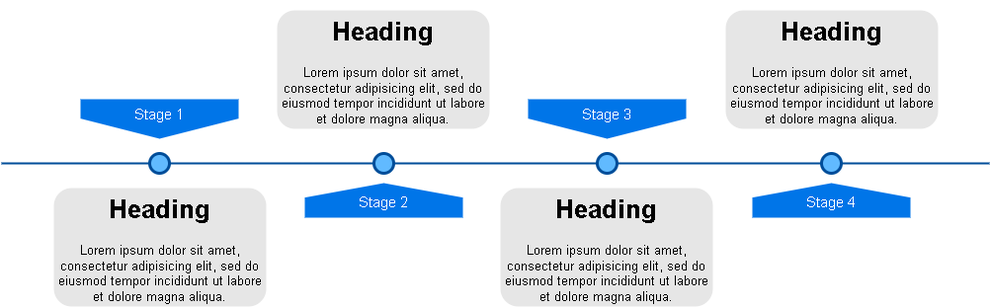
xktder/draw keeps this draw.io diagram as CgoPro业务总线.drawio.png. Above is the earlier version. Source tidied: cells renumbered, new cells last; positions are measured from the earlier drawing's top-left corner, leaving out a move shared by most shapes. The source it was exported from:
```xml
<mxGraphModel>
  <root>
    <mxCell id="0" />
    <mxCell id="1" parent="0" />
    <mxCell id="2" style="line;strokeWidth=2;html=1;fillColor=none;fontSize=28;fontColor=#004D99;strokeColor=#004D99;" parent="1" vertex="1">
      <mxGeometry y="150" width="1000" height="10" as="geometry" />
    </mxCell>
    <mxCell id="3" value="Stage 1" style="shape=offPageConnector;whiteSpace=wrap;html=1;fillColor=#0075E8;fontSize=15;fontColor=#FFFFFF;size=0.5093750000000015;verticalAlign=top;strokeColor=none;" parent="1" vertex="1">
      <mxGeometry x="80" y="90" width="160" height="40" as="geometry" />
    </mxCell>
    <mxCell id="4" value="&lt;span&gt;Stage 3&lt;/span&gt;" style="shape=offPageConnector;whiteSpace=wrap;html=1;fillColor=#0075E8;fontSize=15;fontColor=#FFFFFF;size=0.5093750000000015;verticalAlign=top;strokeColor=none;" parent="1" vertex="1">
      <mxGeometry x="533" y="90" width="160" height="40" as="geometry" />
    </mxCell>
    <mxCell id="5" value="&lt;span&gt;Stage 2&lt;/span&gt;" style="shape=offPageConnector;whiteSpace=wrap;html=1;fillColor=#0075E8;fontSize=15;fontColor=#FFFFFF;size=0.4178571428571445;flipV=1;verticalAlign=bottom;strokeColor=none;spacingBottom=4;" parent="1" vertex="1">
      <mxGeometry x="307" y="175" width="160" height="35" as="geometry" />
    </mxCell>
    <mxCell id="6" value="&lt;span&gt;Stage 4&lt;/span&gt;" style="shape=offPageConnector;whiteSpace=wrap;html=1;fillColor=#0075E8;fontSize=15;fontColor=#FFFFFF;size=0.4178571428571445;flipV=1;verticalAlign=bottom;strokeColor=none;spacingBottom=4;" parent="1" vertex="1">
      <mxGeometry x="760" y="175" width="160" height="35" as="geometry" />
    </mxCell>
    <mxCell id="7" style="ellipse;whiteSpace=wrap;html=1;fillColor=#61BAFF;fontSize=28;fontColor=#004D99;strokeWidth=3;strokeColor=#004D99;" parent="1" vertex="1">
      <mxGeometry x="150" y="145" width="20" height="20" as="geometry" />
    </mxCell>
    <mxCell id="8" style="ellipse;whiteSpace=wrap;html=1;fillColor=#61BAFF;fontSize=28;fontColor=#004D99;strokeWidth=3;strokeColor=#004D99;" parent="1" vertex="1">
      <mxGeometry x="377" y="145" width="20" height="20" as="geometry" />
    </mxCell>
    <mxCell id="9" style="ellipse;whiteSpace=wrap;html=1;fillColor=#61BAFF;fontSize=28;fontColor=#004D99;strokeWidth=3;strokeColor=#004D99;" parent="1" vertex="1">
      <mxGeometry x="603" y="145" width="20" height="20" as="geometry" />
    </mxCell>
    <mxCell id="10" style="ellipse;whiteSpace=wrap;html=1;fillColor=#61BAFF;fontSize=28;fontColor=#004D99;strokeWidth=3;strokeColor=#004D99;" parent="1" vertex="1">
      <mxGeometry x="830" y="145" width="20" height="20" as="geometry" />
    </mxCell>
    <mxCell id="11" value="&lt;h1&gt;Heading&lt;/h1&gt;&lt;p&gt;Lorem ipsum dolor sit amet, consectetur adipisicing elit, sed do eiusmod tempor incididunt ut labore et dolore magna aliqua.&lt;/p&gt;" style="text;html=1;spacing=5;spacingTop=-20;whiteSpace=wrap;overflow=hidden;strokeColor=none;strokeWidth=3;fillColor=#E6E6E6;fontSize=13;fontColor=#000000;align=center;rounded=1;" parent="1" vertex="1">
      <mxGeometry x="53" y="180" width="215" height="120" as="geometry" />
    </mxCell>
    <mxCell id="12" value="&lt;h1&gt;Heading&lt;/h1&gt;&lt;p&gt;Lorem ipsum dolor sit amet, consectetur adipisicing elit, sed do eiusmod tempor incididunt ut labore et dolore magna aliqua.&lt;/p&gt;" style="text;html=1;spacing=5;spacingTop=-20;whiteSpace=wrap;overflow=hidden;strokeColor=none;strokeWidth=3;fillColor=#E6E6E6;fontSize=13;fontColor=#000000;align=center;rounded=1;" parent="1" vertex="1">
      <mxGeometry x="279" width="215" height="120" as="geometry" />
    </mxCell>
    <mxCell id="13" value="&lt;h1&gt;Heading&lt;/h1&gt;&lt;p&gt;Lorem ipsum dolor sit amet, consectetur adipisicing elit, sed do eiusmod tempor incididunt ut labore et dolore magna aliqua.&lt;/p&gt;" style="text;html=1;spacing=5;spacingTop=-20;whiteSpace=wrap;overflow=hidden;strokeColor=none;strokeWidth=3;fillColor=#E6E6E6;fontSize=13;fontColor=#000000;align=center;rounded=1;" parent="1" vertex="1">
      <mxGeometry x="505" y="180" width="215" height="120" as="geometry" />
    </mxCell>
    <mxCell id="14" value="&lt;h1&gt;Heading&lt;/h1&gt;&lt;p&gt;Lorem ipsum dolor sit amet, consectetur adipisicing elit, sed do eiusmod tempor incididunt ut labore et dolore magna aliqua.&lt;/p&gt;" style="text;html=1;spacing=5;spacingTop=-20;whiteSpace=wrap;overflow=hidden;strokeColor=none;strokeWidth=3;fillColor=#E6E6E6;fontSize=13;fontColor=#000000;align=center;rounded=1;" parent="1" vertex="1">
      <mxGeometry x="733" width="215" height="120" as="geometry" />
    </mxCell>
  </root>
</mxGraphModel>
```
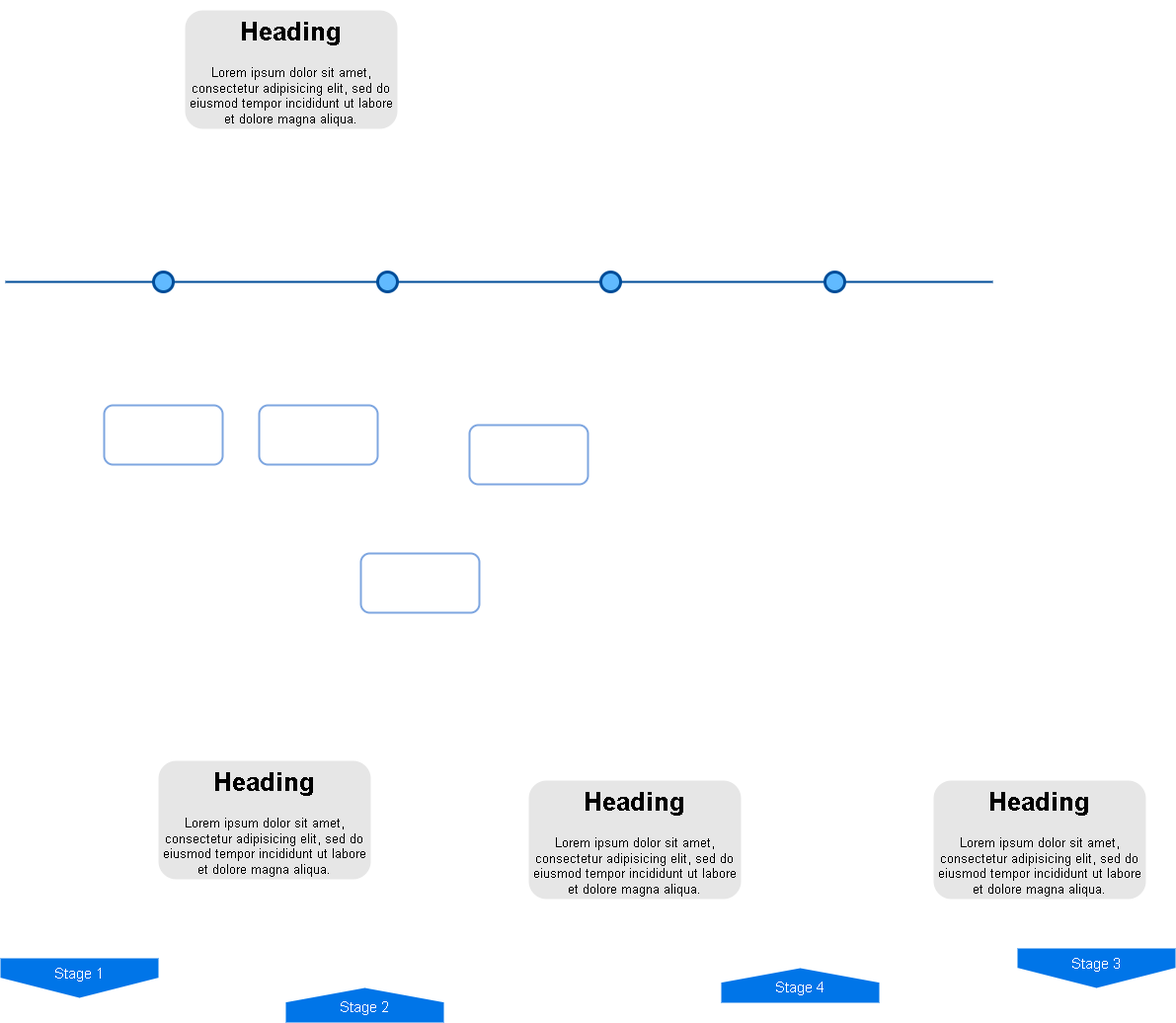
Later version of the same file.

Commit message:
更新CgoPro业务总线.drawio.png

Change to the diagram source:
```diff
@@ -6,16 +6,16 @@
       <mxGeometry y="150" width="1000" height="10" as="geometry" />
     </mxCell>
     <mxCell id="3" value="Stage 1" style="shape=offPageConnector;whiteSpace=wrap;html=1;fillColor=#0075E8;fontSize=15;fontColor=#FFFFFF;size=0.5093750000000015;verticalAlign=top;strokeColor=none;" parent="1" vertex="1">
-      <mxGeometry x="80" y="90" width="160" height="40" as="geometry" />
+      <mxGeometry x="-5" y="840" width="160" height="40" as="geometry" />
     </mxCell>
     <mxCell id="4" value="&lt;span&gt;Stage 3&lt;/span&gt;" style="shape=offPageConnector;whiteSpace=wrap;html=1;fillColor=#0075E8;fontSize=15;fontColor=#FFFFFF;size=0.5093750000000015;verticalAlign=top;strokeColor=none;" parent="1" vertex="1">
-      <mxGeometry x="533" y="90" width="160" height="40" as="geometry" />
+      <mxGeometry x="1025" y="830" width="160" height="40" as="geometry" />
     </mxCell>
     <mxCell id="5" value="&lt;span&gt;Stage 2&lt;/span&gt;" style="shape=offPageConnector;whiteSpace=wrap;html=1;fillColor=#0075E8;fontSize=15;fontColor=#FFFFFF;size=0.4178571428571445;flipV=1;verticalAlign=bottom;strokeColor=none;spacingBottom=4;" parent="1" vertex="1">
-      <mxGeometry x="307" y="175" width="160" height="35" as="geometry" />
+      <mxGeometry x="284" y="870" width="160" height="35" as="geometry" />
     </mxCell>
     <mxCell id="6" value="&lt;span&gt;Stage 4&lt;/span&gt;" style="shape=offPageConnector;whiteSpace=wrap;html=1;fillColor=#0075E8;fontSize=15;fontColor=#FFFFFF;size=0.4178571428571445;flipV=1;verticalAlign=bottom;strokeColor=none;spacingBottom=4;" parent="1" vertex="1">
-      <mxGeometry x="760" y="175" width="160" height="35" as="geometry" />
+      <mxGeometry x="725" y="850" width="160" height="35" as="geometry" />
     </mxCell>
     <mxCell id="7" style="ellipse;whiteSpace=wrap;html=1;fillColor=#61BAFF;fontSize=28;fontColor=#004D99;strokeWidth=3;strokeColor=#004D99;" parent="1" vertex="1">
       <mxGeometry x="150" y="145" width="20" height="20" as="geometry" />
@@ -30,16 +30,28 @@
       <mxGeometry x="830" y="145" width="20" height="20" as="geometry" />
     </mxCell>
     <mxCell id="11" value="&lt;h1&gt;Heading&lt;/h1&gt;&lt;p&gt;Lorem ipsum dolor sit amet, consectetur adipisicing elit, sed do eiusmod tempor incididunt ut labore et dolore magna aliqua.&lt;/p&gt;" style="text;html=1;spacing=5;spacingTop=-20;whiteSpace=wrap;overflow=hidden;strokeColor=none;strokeWidth=3;fillColor=#E6E6E6;fontSize=13;fontColor=#000000;align=center;rounded=1;" parent="1" vertex="1">
-      <mxGeometry x="53" y="180" width="215" height="120" as="geometry" />
+      <mxGeometry x="155" y="640" width="215" height="120" as="geometry" />
     </mxCell>
     <mxCell id="12" value="&lt;h1&gt;Heading&lt;/h1&gt;&lt;p&gt;Lorem ipsum dolor sit amet, consectetur adipisicing elit, sed do eiusmod tempor incididunt ut labore et dolore magna aliqua.&lt;/p&gt;" style="text;html=1;spacing=5;spacingTop=-20;whiteSpace=wrap;overflow=hidden;strokeColor=none;strokeWidth=3;fillColor=#E6E6E6;fontSize=13;fontColor=#000000;align=center;rounded=1;" parent="1" vertex="1">
-      <mxGeometry x="279" width="215" height="120" as="geometry" />
+      <mxGeometry x="182" y="-120" width="215" height="120" as="geometry" />
     </mxCell>
     <mxCell id="13" value="&lt;h1&gt;Heading&lt;/h1&gt;&lt;p&gt;Lorem ipsum dolor sit amet, consectetur adipisicing elit, sed do eiusmod tempor incididunt ut labore et dolore magna aliqua.&lt;/p&gt;" style="text;html=1;spacing=5;spacingTop=-20;whiteSpace=wrap;overflow=hidden;strokeColor=none;strokeWidth=3;fillColor=#E6E6E6;fontSize=13;fontColor=#000000;align=center;rounded=1;" parent="1" vertex="1">
-      <mxGeometry x="505" y="180" width="215" height="120" as="geometry" />
+      <mxGeometry x="940" y="660" width="215" height="120" as="geometry" />
     </mxCell>
     <mxCell id="14" value="&lt;h1&gt;Heading&lt;/h1&gt;&lt;p&gt;Lorem ipsum dolor sit amet, consectetur adipisicing elit, sed do eiusmod tempor incididunt ut labore et dolore magna aliqua.&lt;/p&gt;" style="text;html=1;spacing=5;spacingTop=-20;whiteSpace=wrap;overflow=hidden;strokeColor=none;strokeWidth=3;fillColor=#E6E6E6;fontSize=13;fontColor=#000000;align=center;rounded=1;" parent="1" vertex="1">
-      <mxGeometry x="733" width="215" height="120" as="geometry" />
+      <mxGeometry x="530" y="660" width="215" height="120" as="geometry" />
     </mxCell>
+    <mxCell id="15" style="rounded=1;whiteSpace=wrap;html=1;strokeWidth=2;strokeColor=#7EA6E0;" parent="1" vertex="1">
+      <mxGeometry x="100" y="280" width="120" height="60" as="geometry" />
+    </mxCell>
+    <mxCell id="16" style="rounded=1;whiteSpace=wrap;html=1;strokeWidth=2;strokeColor=#7EA6E0;" parent="1" vertex="1">
+      <mxGeometry x="257" y="280" width="120" height="60" as="geometry" />
+    </mxCell>
+    <mxCell id="17" style="rounded=1;whiteSpace=wrap;html=1;strokeWidth=2;strokeColor=#7EA6E0;" parent="1" vertex="1">
+      <mxGeometry x="470" y="300" width="120" height="60" as="geometry" />
+    </mxCell>
+    <mxCell id="18" style="rounded=1;whiteSpace=wrap;html=1;strokeWidth=2;strokeColor=#7EA6E0;" parent="1" vertex="1">
+      <mxGeometry x="360" y="430" width="120" height="60" as="geometry" />
+    </mxCell>
   </root>
 </mxGraphModel>
```
